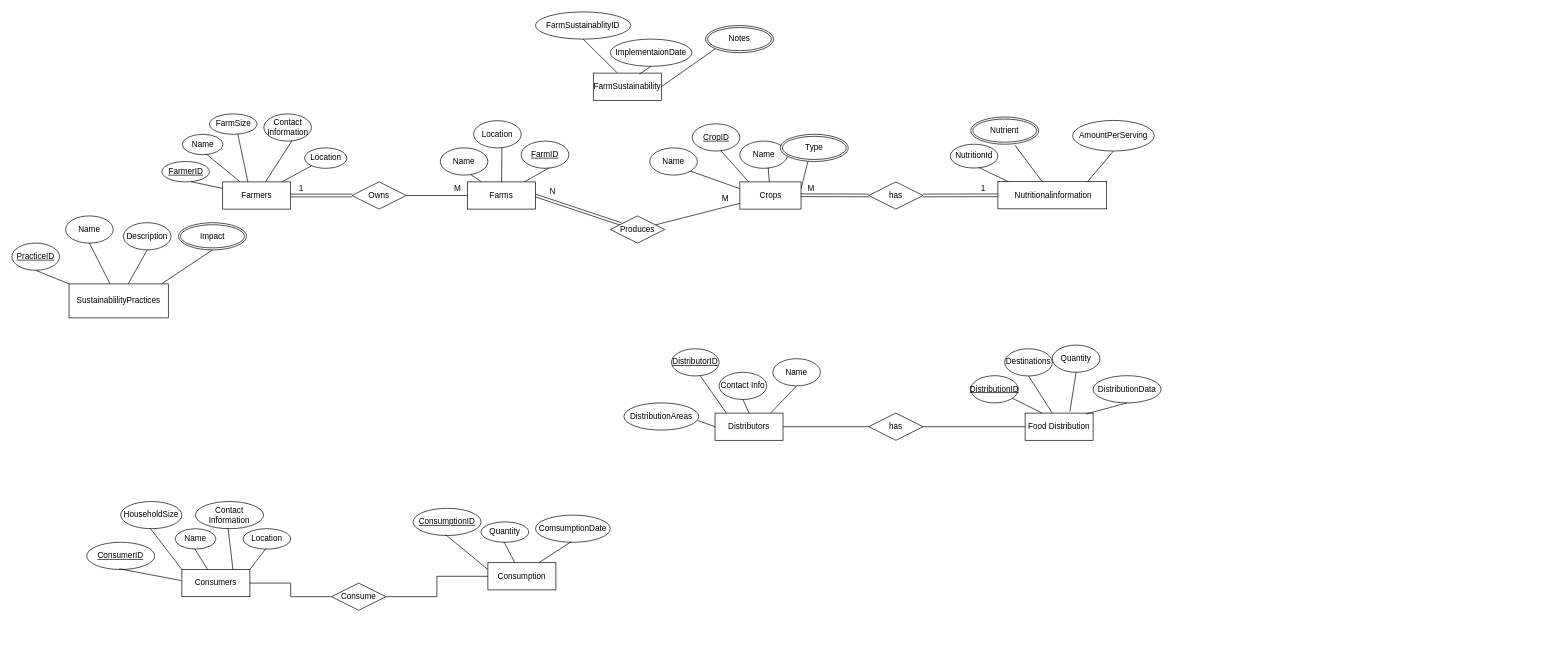
Earlier version of the draw.io diagram UN.drawio (austinluk/CPSC2221). Source tidied: cells renumbered, new cells numbered last; positions are measured from the earlier drawing's top-left corner, leaving out a move shared by most shapes. Both pictures are drawn from the tidied source at 68%, with x=0, y=0 at pixel (12, 12).
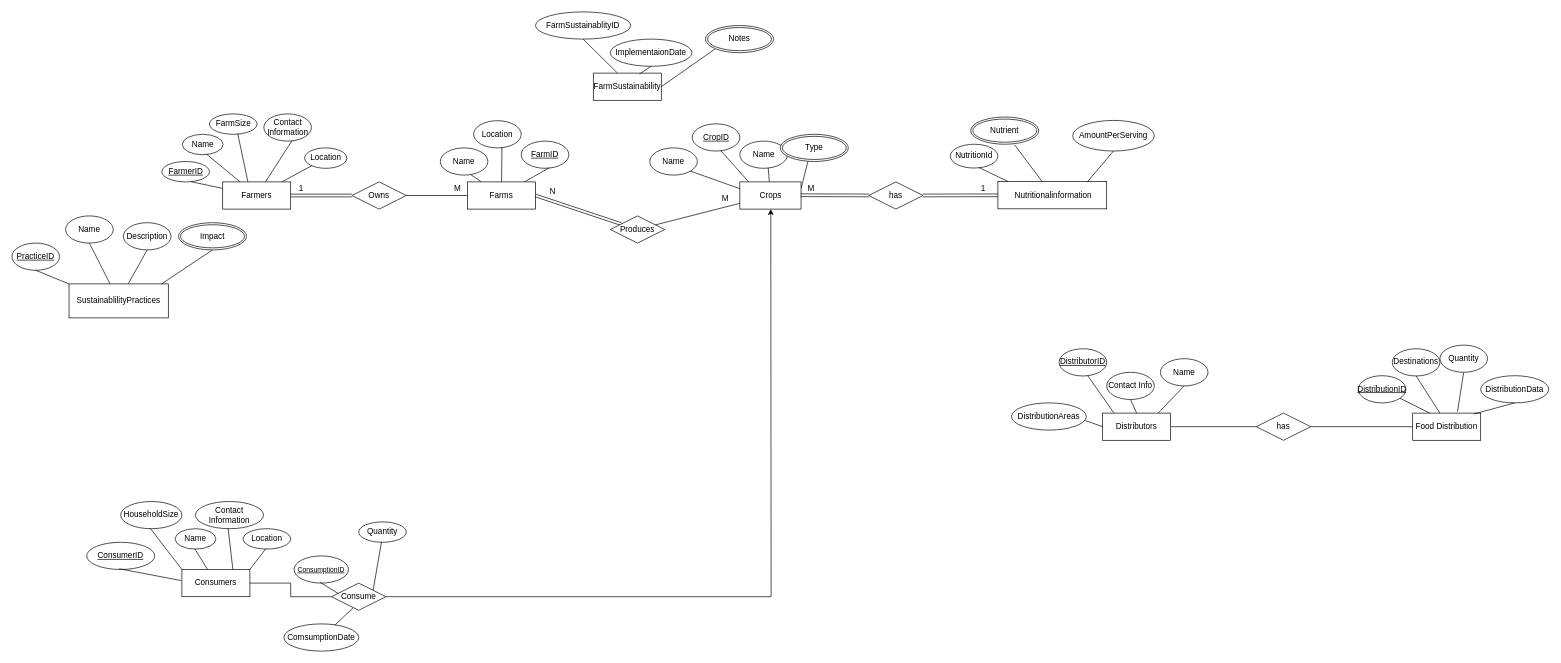
The same page after the edit.

The change refers to these unchanged cells:
```xml
<mxCell id="109" value="Consume" style="shape=rhombus;perimeter=rhombusPerimeter;whiteSpace=wrap;html=1;align=center;" parent="1" vertex="1">
  <mxGeometry x="470" y="840" width="80" height="40" as="geometry" />
</mxCell>
```

Change to the diagram source:
```diff
@@
     <mxCell id="18" value="Name" style="ellipse;whiteSpace=wrap;html=1;" parent="1" vertex="1">
-      <mxGeometry x="1119" y="510" width="70" height="40" as="geometry" />
+      <mxGeometry x="1689" y="510" width="70" height="40" as="geometry" />
     </mxCell>
@@
-    <mxCell id="32" style="edgeStyle=orthogonalEdgeStyle;rounded=0;jettySize=auto;html=1;endArrow=none;startFill=0;" parent="1" edge="1" source="109" target="34">
-      <mxGeometry relative="1" as="geometry" />
-    </mxCell>
@@
-    <mxCell id="34" value="Consumption" style="whiteSpace=wrap;html=1;align=center;" parent="1" vertex="1">
-      <mxGeometry x="700" y="810" width="100" height="40" as="geometry" />
-    </mxCell>
@@
     <mxCell id="37" value="Food Distribution" style="whiteSpace=wrap;html=1;align=center;" parent="1" vertex="1">
-      <mxGeometry x="1490" y="590" width="100" height="40" as="geometry" />
+      <mxGeometry x="2060" y="590" width="100" height="40" as="geometry" />
     </mxCell>
     <mxCell id="38" value="Distributors" style="whiteSpace=wrap;html=1;align=center;" parent="1" vertex="1">
-      <mxGeometry x="1034" y="590" width="100" height="40" as="geometry" />
+      <mxGeometry x="1604" y="590" width="100" height="40" as="geometry" />
     </mxCell>
@@
     <mxCell id="40" value="&lt;u&gt;DistributionID&lt;/u&gt;" style="ellipse;whiteSpace=wrap;html=1;" parent="1" vertex="1">
-      <mxGeometry x="1410" y="535" width="70" height="40" as="geometry" />
+      <mxGeometry x="1980" y="535" width="70" height="40" as="geometry" />
     </mxCell>
@@
     <mxCell id="42" value="DistributionAreas" style="ellipse;whiteSpace=wrap;html=1;" parent="1" vertex="1">
-      <mxGeometry x="900" y="575" width="110" height="40" as="geometry" />
+      <mxGeometry x="1470" y="575" width="110" height="40" as="geometry" />
     </mxCell>
@@
     <mxCell id="44" value="Contact Info" style="ellipse;whiteSpace=wrap;html=1;" parent="1" vertex="1">
-      <mxGeometry x="1040" y="530" width="70" height="40" as="geometry" />
+      <mxGeometry x="1610" y="530" width="70" height="40" as="geometry" />
     </mxCell>
@@
     <mxCell id="46" value="&lt;u&gt;DistributorID&lt;/u&gt;" style="ellipse;whiteSpace=wrap;html=1;" parent="1" vertex="1">
-      <mxGeometry x="970" y="495.4" width="70" height="40" as="geometry" />
+      <mxGeometry x="1540" y="495.4" width="70" height="40" as="geometry" />
     </mxCell>
@@
     <mxCell id="49" value="Destinations" style="ellipse;whiteSpace=wrap;html=1;" parent="1" vertex="1">
-      <mxGeometry x="1460" y="495.4" width="70" height="40" as="geometry" />
+      <mxGeometry x="2030" y="495.4" width="70" height="40" as="geometry" />
     </mxCell>
     <mxCell id="50" style="endArrow=none;html=1;rounded=0;exitX=0.5;exitY=1;exitDx=0;exitDy=0;" parent="1" edge="1" source="49">
       <mxGeometry relative="1" as="geometry">
-        <mxPoint x="1530" y="590" as="targetPoint" />
+        <mxPoint x="2100" y="590" as="targetPoint" />
       </mxGeometry>
     </mxCell>
     <mxCell id="51" value="DistributionData" style="ellipse;whiteSpace=wrap;html=1;" parent="1" vertex="1">
-      <mxGeometry x="1590" y="535" width="100" height="40" as="geometry" />
+      <mxGeometry x="2160" y="535" width="100" height="40" as="geometry" />
     </mxCell>
@@
     <mxCell id="53" value="Quantity" style="ellipse;whiteSpace=wrap;html=1;" parent="1" vertex="1">
-      <mxGeometry x="1530" y="490" width="70" height="40" as="geometry" />
+      <mxGeometry x="2100" y="490" width="70" height="40" as="geometry" />
     </mxCell>
@@
-    <mxCell id="64" value="&lt;u&gt;ConsumptionID&lt;/u&gt;" style="ellipse;whiteSpace=wrap;html=1;align=center;" parent="1" vertex="1">
-      <mxGeometry x="590" y="730" width="100" height="40" as="geometry" />
+    <mxCell id="64" value="&lt;u&gt;&lt;font style=&quot;font-size: 10px;&quot;&gt;ConsumptionID&lt;/font&gt;&lt;/u&gt;" style="ellipse;whiteSpace=wrap;html=1;align=center;" parent="1" vertex="1">
+      <mxGeometry x="415" y="800" width="80" height="40" as="geometry" />
     </mxCell>
-    <mxCell id="65" style="endArrow=none;html=1;rounded=0;entryX=0.479;entryY=0.973;entryDx=0;entryDy=0;entryPerimeter=0;exitX=0;exitY=0.25;exitDx=0;exitDy=0;" parent="1" edge="1" source="34" target="64">
-      <mxGeometry relative="1" as="geometry" />
+    <mxCell id="65" style="endArrow=none;html=1;rounded=0;entryX=0.479;entryY=0.973;entryDx=0;entryDy=0;entryPerimeter=0;" parent="1" edge="1" target="64">
+      <mxGeometry relative="1" as="geometry">
+        <mxPoint x="487.5" y="860" as="sourcePoint" />
+      </mxGeometry>
     </mxCell>
     <mxCell id="66" value="Quantity" style="ellipse;whiteSpace=wrap;html=1;align=center;" parent="1" vertex="1">
-      <mxGeometry x="690" y="750" width="70" height="30" as="geometry" />
+      <mxGeometry x="510" y="750" width="70" height="30" as="geometry" />
     </mxCell>
-    <mxCell id="67" style="endArrow=none;html=1;rounded=0;entryX=0.479;entryY=0.973;entryDx=0;entryDy=0;entryPerimeter=0;" parent="1" edge="1" source="34" target="66">
-      <mxGeometry relative="1" as="geometry" />
+    <mxCell id="67" style="endArrow=none;html=1;rounded=0;entryX=0.479;entryY=0.973;entryDx=0;entryDy=0;entryPerimeter=0;" parent="1" edge="1" target="66">
+      <mxGeometry relative="1" as="geometry">
+        <mxPoint x="529.6" y="860" as="sourcePoint" />
+      </mxGeometry>
     </mxCell>
     <mxCell id="68" value="ComsumptionDate" style="ellipse;whiteSpace=wrap;html=1;align=center;" parent="1" vertex="1">
-      <mxGeometry x="770" y="740" width="110" height="40" as="geometry" />
+      <mxGeometry x="400" y="900" width="110" height="40" as="geometry" />
     </mxCell>
-    <mxCell id="69" style="endArrow=none;html=1;rounded=0;entryX=0.479;entryY=0.973;entryDx=0;entryDy=0;entryPerimeter=0;exitX=0.75;exitY=0;exitDx=0;exitDy=0;" parent="1" edge="1" source="34" target="68">
+    <mxCell id="69" style="endArrow=none;html=1;rounded=0;entryX=0.679;entryY=0.052;entryDx=0;entryDy=0;entryPerimeter=0;exitX=0.416;exitY=0.873;exitDx=0;exitDy=0;exitPerimeter=0;" parent="1" edge="1" source="109" target="68">
       <mxGeometry relative="1" as="geometry" />
     </mxCell>
@@
     <mxCell id="107" value="has" style="shape=rhombus;perimeter=rhombusPerimeter;whiteSpace=wrap;html=1;align=center;" parent="1" vertex="1">
-      <mxGeometry x="1260" y="590" width="80" height="40" as="geometry" />
+      <mxGeometry x="1830" y="590" width="80" height="40" as="geometry" />
     </mxCell>
@@
+    <mxCell id="110" style="edgeStyle=orthogonalEdgeStyle;rounded=0;jettySize=auto;html=1;" parent="1" edge="1" source="109">
+      <mxGeometry relative="1" as="geometry">
+        <mxPoint x="1116" y="290" as="targetPoint" />
+      </mxGeometry>
+    </mxCell>
```
